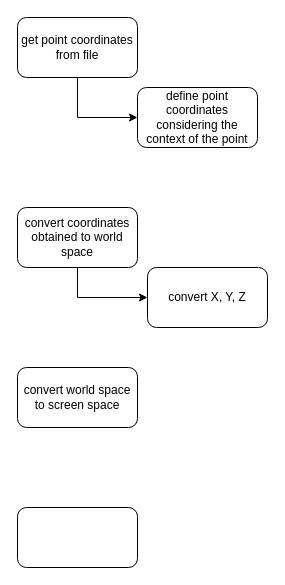
Above: page "flow" (1 of 3) of Untitled Diagram.drawio in nythocampos/42_code (draw.io), before the change. Source tidied: cells renumbered, new cells numbered last; positions are measured from the earlier drawing's top-left corner, leaving out a move shared by most shapes. Both pictures are drawn from the tidied source at 100%, with x=0, y=0 at pixel (17, 17).
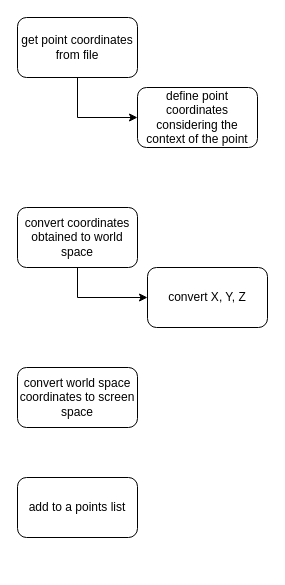
The same diagram, later.

The edit, as a diff of the source:
```diff
@@
 <mxGraphModel>
   <root>
     <mxCell id="0" />
     <mxCell id="1" parent="0" />
     <mxCell id="2" style="edgeStyle=orthogonalEdgeStyle;rounded=0;jettySize=auto;html=1;exitX=0.5;exitY=1;exitDx=0;exitDy=0;entryX=0;entryY=0.5;entryDx=0;entryDy=0;" parent="1" edge="1" source="3" target="9">
       <mxGeometry relative="1" as="geometry" />
     </mxCell>
     <mxCell id="3" value="get point coordinates from file" style="rounded=1;whiteSpace=wrap;html=1;" parent="1" vertex="1">
       <mxGeometry width="120" height="60" as="geometry" />
     </mxCell>
     <mxCell id="4" style="edgeStyle=orthogonalEdgeStyle;rounded=0;jettySize=auto;html=1;exitX=0.5;exitY=1;exitDx=0;exitDy=0;" parent="1" edge="1" source="5" target="8">
       <mxGeometry relative="1" as="geometry" />
     </mxCell>
     <mxCell id="5" value="convert coordinates obtained to world space" style="rounded=1;whiteSpace=wrap;html=1;" parent="1" vertex="1">
       <mxGeometry y="190" width="120" height="60" as="geometry" />
     </mxCell>
-    <mxCell id="6" value="convert world space to screen space" style="rounded=1;whiteSpace=wrap;html=1;" parent="1" vertex="1">
+    <mxCell id="6" value="convert world space coordinates to screen space" style="rounded=1;whiteSpace=wrap;html=1;" parent="1" vertex="1">
       <mxGeometry y="350" width="120" height="60" as="geometry" />
     </mxCell>
-    <mxCell id="7" style="rounded=1;whiteSpace=wrap;html=1;" parent="1" vertex="1">
-      <mxGeometry y="490" width="120" height="60" as="geometry" />
+    <mxCell id="7" value="add to a points list" style="rounded=1;whiteSpace=wrap;html=1;" parent="1" vertex="1">
+      <mxGeometry y="460" width="120" height="60" as="geometry" />
     </mxCell>
     <mxCell id="8" value="convert X, Y, Z" style="rounded=1;whiteSpace=wrap;html=1;" parent="1" vertex="1">
       <mxGeometry x="130" y="250" width="120" height="60" as="geometry" />
     </mxCell>
     <mxCell id="9" value="define point coordinates considering the context of the point" style="rounded=1;whiteSpace=wrap;html=1;" parent="1" vertex="1">
       <mxGeometry x="120" y="70" width="120" height="60" as="geometry" />
     </mxCell>
   </root>
 </mxGraphModel>
```
